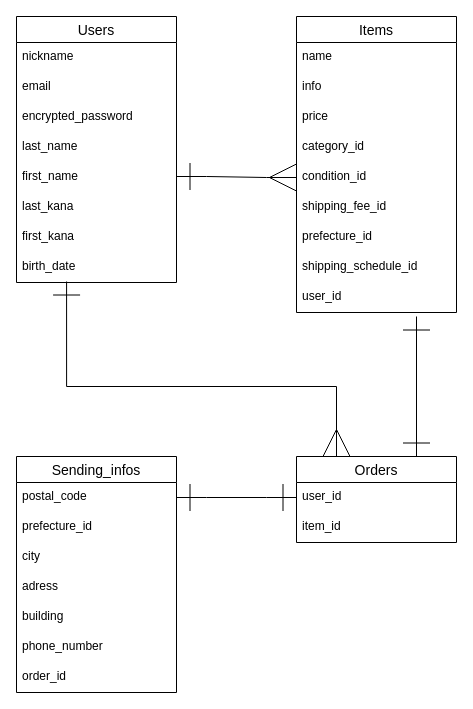
Before: furima.dio in t-hoshino206/furima-37588, a draw.io diagram. Source tidied: cells renumbered, new cells numbered last; positions are measured from the earlier drawing's top-left corner, leaving out a move shared by most shapes. Both pictures are drawn from the tidied source at 100%, with x=0, y=0 at pixel (16, 16).
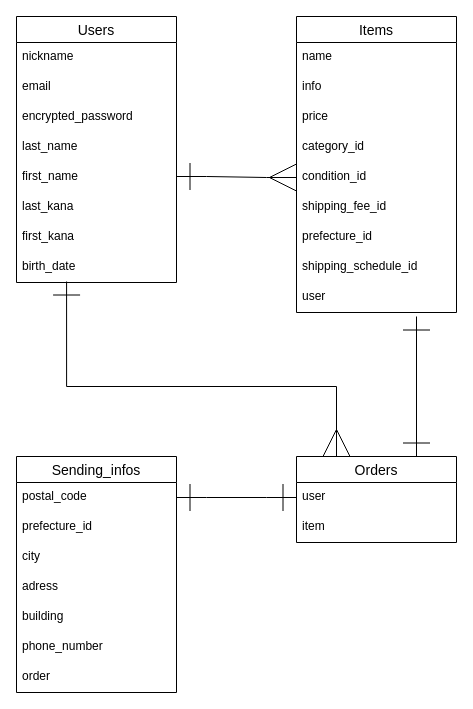
The same diagram, later.

Commit message (it also covers changes not shown here):
コードレビュー修正2

The change refers to these unchanged cells:
```xml
<mxCell id="11" value="Items" style="swimlane;fontStyle=0;horizontal=1;startSize=26;align=center;fontSize=14;" parent="1" vertex="1">
  <mxGeometry x="280" width="160" height="296" as="geometry" />
</mxCell>
<mxCell id="21" value="Orders" style="swimlane;fontStyle=0;horizontal=1;startSize=26;align=center;fontSize=14;" parent="1" vertex="1">
  <mxGeometry x="280" y="440" width="160" height="86" as="geometry" />
</mxCell>
<mxCell id="24" value="Sending_infos" style="swimlane;fontStyle=0;horizontal=1;startSize=26;align=center;fontSize=14;" parent="1" vertex="1">
  <mxGeometry y="440" width="160" height="236" as="geometry" />
</mxCell>
```

The edit, as a diff of the source:
```diff
@@
-    <mxCell id="20" value="user_id" style="text;strokeColor=none;fillColor=none;spacingLeft=4;spacingRight=4;overflow=hidden;fontSize=12;" parent="11" vertex="1">
+    <mxCell id="20" value="user" style="text;strokeColor=none;fillColor=none;spacingLeft=4;spacingRight=4;overflow=hidden;fontSize=12;" parent="11" vertex="1">
       <mxGeometry y="266" width="160" height="30" as="geometry" />
     </mxCell>
@@
-    <mxCell id="22" value="user_id" style="text;strokeColor=none;fillColor=none;spacingLeft=4;spacingRight=4;overflow=hidden;points=[[0,0.5],[1,0.5]];portConstraint=eastwest;fontSize=12;" parent="21" vertex="1">
+    <mxCell id="22" value="user" style="text;strokeColor=none;fillColor=none;spacingLeft=4;spacingRight=4;overflow=hidden;points=[[0,0.5],[1,0.5]];portConstraint=eastwest;fontSize=12;" parent="21" vertex="1">
       <mxGeometry y="26" width="160" height="30" as="geometry" />
     </mxCell>
-    <mxCell id="23" value="item_id" style="text;strokeColor=none;fillColor=none;spacingLeft=4;spacingRight=4;overflow=hidden;fontSize=12;" parent="21" vertex="1">
+    <mxCell id="23" value="item" style="text;strokeColor=none;fillColor=none;spacingLeft=4;spacingRight=4;overflow=hidden;fontSize=12;" parent="21" vertex="1">
       <mxGeometry y="56" width="160" height="30" as="geometry" />
     </mxCell>
@@
-    <mxCell id="31" value="order_id" style="text;strokeColor=none;fillColor=none;spacingLeft=4;spacingRight=4;overflow=hidden;fontSize=12;" parent="24" vertex="1">
+    <mxCell id="31" value="order" style="text;strokeColor=none;fillColor=none;spacingLeft=4;spacingRight=4;overflow=hidden;fontSize=12;" parent="24" vertex="1">
       <mxGeometry y="206" width="160" height="30" as="geometry" />
     </mxCell>
```
